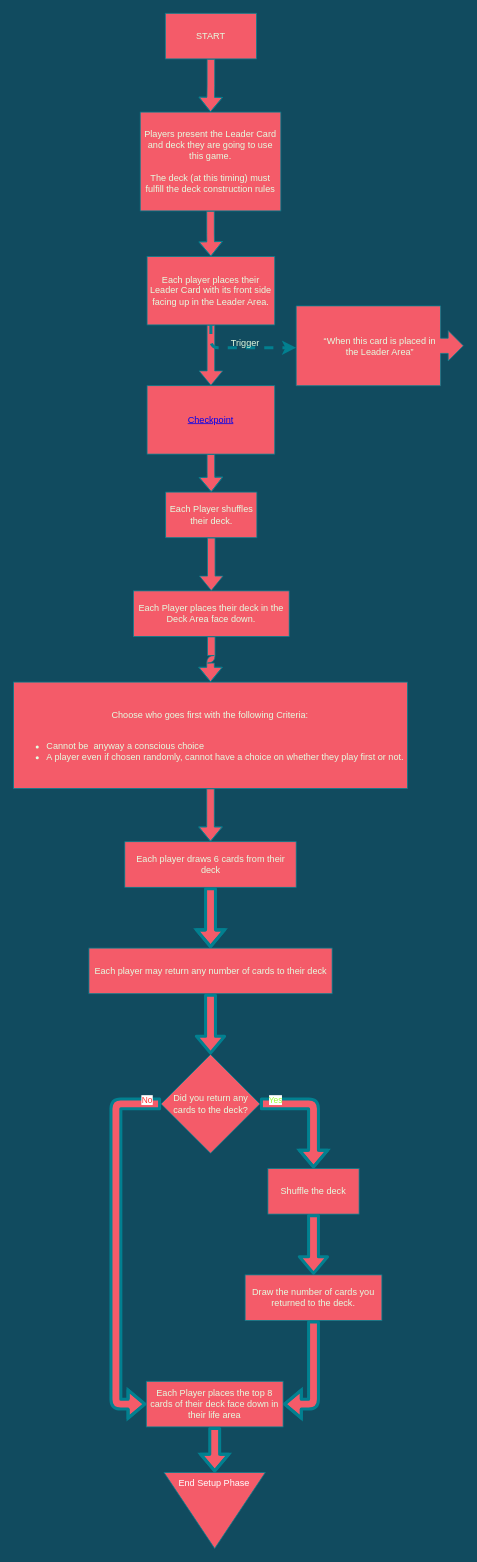
Earlier version of the draw.io diagram page "Setup Phase" (2 of 3) of diagrams/timing.drawio (Slamerz/Dragon-Ball-Super-Rulings). Source tidied: cells renumbered, new cells numbered last; positions are measured from the earlier drawing's top-left corner, leaving out a move shared by most shapes. Both pictures are drawn from the tidied source at 76%, with x=0, y=0 at pixel (13, 13).
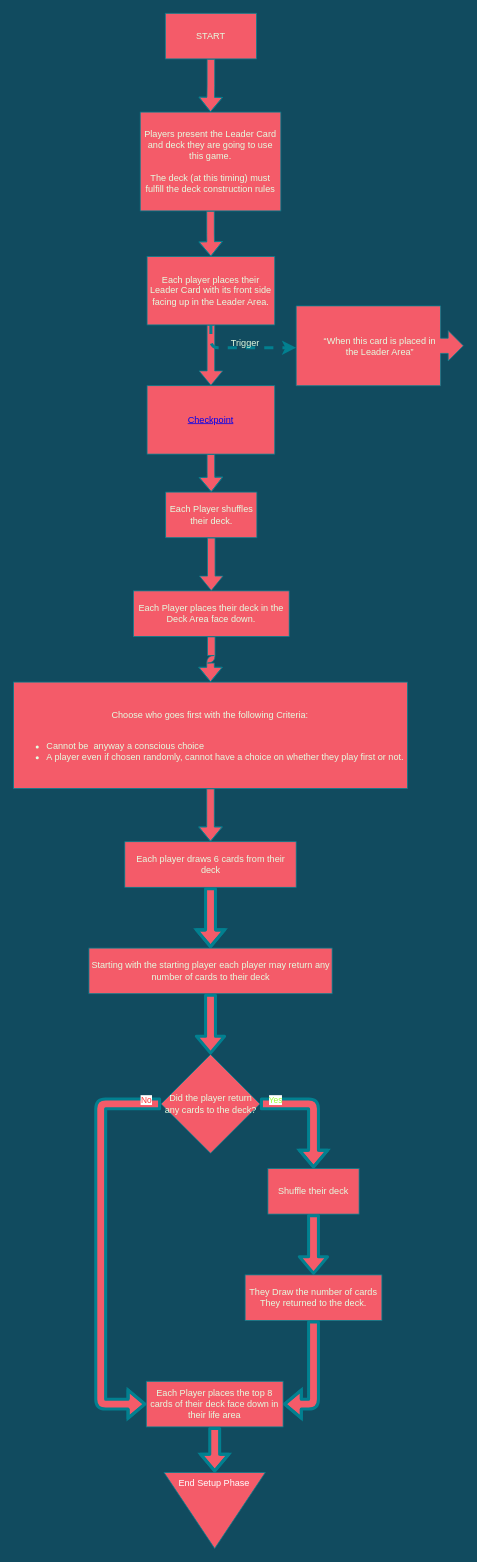
Above is the later version.

Commit message:
Update timing.drawio Finished Setup Phase

The change refers to these unchanged cells:
```xml
<mxCell id="30" value="Each Player places the top 8 cards of their deck face down in their life area" style="whiteSpace=wrap;html=1;rounded=0;fontColor=#E4FDE1;strokeColor=#028090;fillColor=#F45B69;sketch=0;" parent="1" vertex="1">
  <mxGeometry x="175" y="1800" width="180" height="60" as="geometry" />
</mxCell>
```

Diff of the diagram source:
```diff
@@
-    <mxCell id="20" value="Each player may return any number of cards to their deck" style="whiteSpace=wrap;html=1;rounded=0;fontColor=#E4FDE1;strokeColor=#028090;fillColor=#F45B69;sketch=0;" parent="1" vertex="1">
+    <mxCell id="20" value="Starting with the starting player each player may return any number of cards to their deck" style="whiteSpace=wrap;html=1;rounded=0;fontColor=#E4FDE1;strokeColor=#028090;fillColor=#F45B69;sketch=0;" parent="1" vertex="1">
       <mxGeometry x="99.5" y="1230" width="320" height="60" as="geometry" />
     </mxCell>
@@
     <mxCell id="22" value="No" style="edgeStyle=orthogonalEdgeStyle;shape=flexArrow;jettySize=auto;html=1;exitX=0;exitY=0.5;exitDx=0;exitDy=0;entryX=0;entryY=0.5;entryDx=0;entryDy=0;fontColor=#FF3333;strokeColor=#028090;strokeWidth=4;fillColor=#F45B69;" parent="1" edge="1" source="23" target="30">
       <mxGeometry x="-0.92" y="-5" relative="1" as="geometry">
         <Array as="points">
-          <mxPoint x="135" y="1435" />
-          <mxPoint x="135" y="1830" />
+          <mxPoint x="115" y="1435" />
+          <mxPoint x="115" y="1830" />
         </Array>
         <mxPoint x="1" as="offset" />
       </mxGeometry>
     </mxCell>
-    <mxCell id="23" value="Did you return any cards to the deck?" style="rhombus;whiteSpace=wrap;html=1;rounded=0;fontColor=#E4FDE1;strokeColor=#028090;fillColor=#F45B69;sketch=0;" parent="1" vertex="1">
+    <mxCell id="23" value="Did the player return any cards to the deck?" style="rhombus;whiteSpace=wrap;html=1;rounded=0;fontColor=#E4FDE1;strokeColor=#028090;fillColor=#F45B69;sketch=0;" parent="1" vertex="1">
       <mxGeometry x="194.5" y="1370" width="130" height="130" as="geometry" />
     </mxCell>
@@
-    <mxCell id="25" value="Shuffle the deck" style="whiteSpace=wrap;html=1;rounded=0;fontColor=#E4FDE1;strokeColor=#028090;fillColor=#F45B69;sketch=0;" parent="1" vertex="1">
+    <mxCell id="25" value="Shuffle their deck" style="whiteSpace=wrap;html=1;rounded=0;fontColor=#E4FDE1;strokeColor=#028090;fillColor=#F45B69;sketch=0;" parent="1" vertex="1">
       <mxGeometry x="335" y="1520" width="120" height="60" as="geometry" />
     </mxCell>
@@
-    <mxCell id="28" value="Draw the number of cards you returned to the deck." style="whiteSpace=wrap;html=1;rounded=0;fontColor=#E4FDE1;strokeColor=#028090;fillColor=#F45B69;sketch=0;" parent="1" vertex="1">
+    <mxCell id="28" value="They Draw the number of cards They returned to the deck." style="whiteSpace=wrap;html=1;rounded=0;fontColor=#E4FDE1;strokeColor=#028090;fillColor=#F45B69;sketch=0;" parent="1" vertex="1">
       <mxGeometry x="305" y="1660" width="180" height="60" as="geometry" />
     </mxCell>
```
